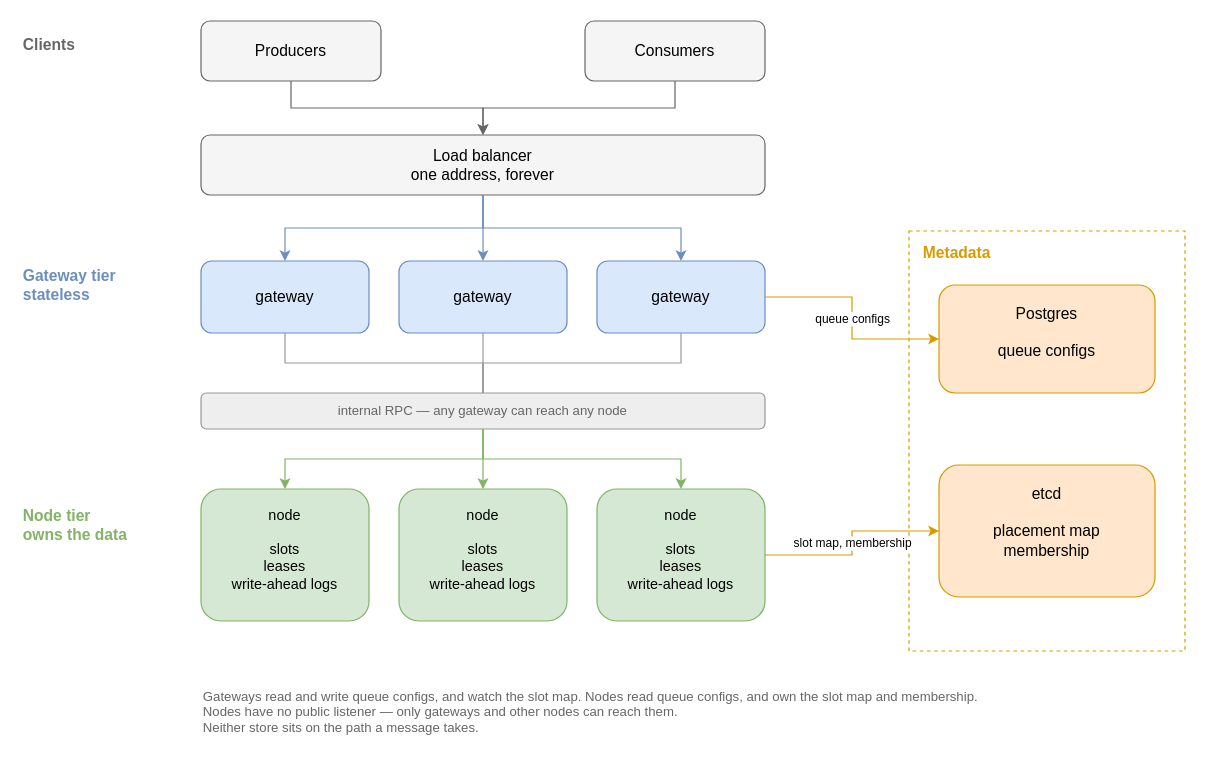
harryv2/ryuk-dpq keeps this draw.io diagram as page "Architecture" (1 of 2) of docs/ryuk_architecture.drawio. Above is the earlier version. Source tidied: cells renumbered, new cells numbered last; positions are measured from the earlier drawing's top-left corner, leaving out a move shared by most shapes. Both pictures are drawn from the tidied source at 120%, with x=0, y=0 at pixel (20, 20).
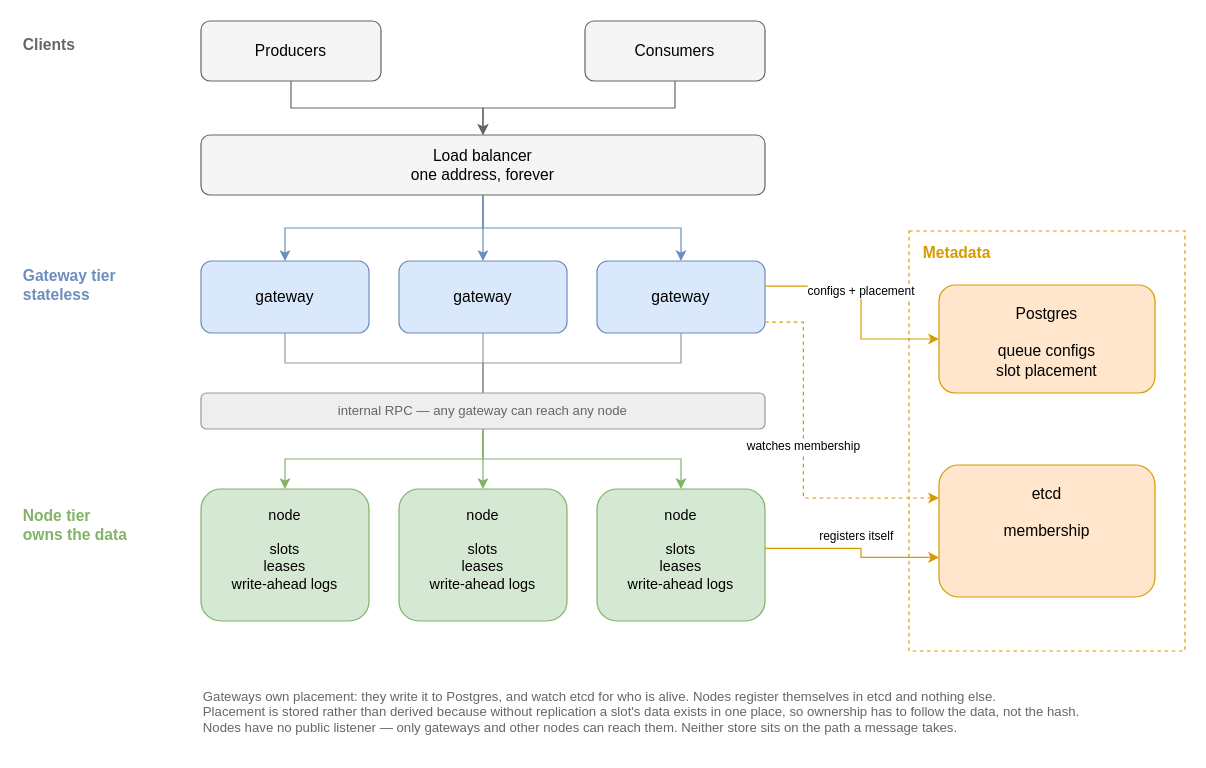
After the change.

The change refers to these unchanged cells:
```xml
<mxCell id="11" value="gateway" style="rounded=1;whiteSpace=wrap;html=1;fillColor=#dae8fc;strokeColor=#6c8ebf;fontSize=13;" parent="1" vertex="1">
  <mxGeometry x="480" y="200" width="140" height="60" as="geometry" />
</mxCell>
<mxCell id="15" value="node&#10;&#10;slots&#10;leases&#10;write-ahead logs" style="rounded=1;whiteSpace=wrap;html=1;fillColor=#d5e8d4;strokeColor=#82b366;fontSize=12;verticalAlign=top;spacingTop=8;" parent="1" vertex="1">
  <mxGeometry x="480" y="390" width="140" height="110" as="geometry" />
</mxCell>
```

Diff of the diagram source:
```diff
@@
-    <mxCell id="16" value="Postgres&#10;&#10;queue configs" style="rounded=1;whiteSpace=wrap;html=1;fillColor=#ffe6cc;strokeColor=#d79b00;fontSize=13;verticalAlign=top;spacingTop=10;" parent="1" vertex="1">
+    <mxCell id="16" value="Postgres&#10;&#10;queue configs&#10;slot placement" style="rounded=1;whiteSpace=wrap;html=1;fillColor=#ffe6cc;strokeColor=#d79b00;fontSize=13;verticalAlign=top;spacingTop=10;" parent="1" vertex="1">
       <mxGeometry x="765" y="220" width="180" height="90" as="geometry" />
     </mxCell>
-    <mxCell id="17" value="etcd&#10;&#10;placement map&#10;membership" style="rounded=1;whiteSpace=wrap;html=1;fillColor=#ffe6cc;strokeColor=#d79b00;fontSize=13;verticalAlign=top;spacingTop=10;" parent="1" vertex="1">
+    <mxCell id="17" value="etcd&#10;&#10;membership" style="rounded=1;whiteSpace=wrap;html=1;fillColor=#ffe6cc;strokeColor=#d79b00;fontSize=13;verticalAlign=top;spacingTop=10;" parent="1" vertex="1">
       <mxGeometry x="765" y="370" width="180" height="110" as="geometry" />
     </mxCell>
@@
-    <mxCell id="29" value="queue configs" style="edgeStyle=orthogonalEdgeStyle;rounded=0;html=1;strokeColor=#d79b00;fontSize=10;exitX=1;exitY=0.5;exitDx=0;exitDy=0;entryX=0;entryY=0.5;entryDx=0;entryDy=0;" parent="1" edge="1" source="11" target="16">
-      <mxGeometry relative="1" as="geometry" />
+    <mxCell id="29" value="configs + placement" style="edgeStyle=orthogonalEdgeStyle;rounded=0;html=1;strokeColor=#d79b00;fontSize=10;verticalAlign=bottom;labelBackgroundColor=#ffffff;exitX=1;exitY=0.35;exitDx=0;exitDy=0;entryX=0;entryY=0.5;entryDx=0;entryDy=0;" parent="1" edge="1" source="11" target="16">
+      <mxGeometry relative="1" as="geometry">
+        <Array as="points">
+          <mxPoint x="700" y="221" />
+          <mxPoint x="700" y="265" />
+        </Array>
+        <mxPoint y="-2" as="offset" />
+      </mxGeometry>
     </mxCell>
-    <mxCell id="30" value="slot map, membership" style="edgeStyle=orthogonalEdgeStyle;rounded=0;html=1;strokeColor=#d79b00;fontSize=10;exitX=1;exitY=0.5;exitDx=0;exitDy=0;entryX=0;entryY=0.5;entryDx=0;entryDy=0;" parent="1" edge="1" source="15" target="17">
-      <mxGeometry relative="1" as="geometry" />
+    <mxCell id="30" value="registers itself" style="edgeStyle=orthogonalEdgeStyle;rounded=0;html=1;strokeColor=#d79b00;fontSize=10;verticalAlign=bottom;labelBackgroundColor=#ffffff;exitX=1;exitY=0.45;exitDx=0;exitDy=0;entryX=0;entryY=0.7;entryDx=0;entryDy=0;" parent="1" edge="1" source="15" target="17">
+      <mxGeometry relative="1" as="geometry">
+        <Array as="points">
+          <mxPoint x="700" y="440" />
+          <mxPoint x="700" y="447" />
+        </Array>
+        <mxPoint y="-2" as="offset" />
+      </mxGeometry>
     </mxCell>
+    <mxCell id="32" value="watches membership" style="edgeStyle=orthogonalEdgeStyle;rounded=0;html=1;strokeColor=#d79b00;dashed=1;fontSize=10;verticalAlign=bottom;labelBackgroundColor=#ffffff;exitX=1;exitY=0.85;exitDx=0;exitDy=0;entryX=0;entryY=0.25;entryDx=0;entryDy=0;" parent="1" edge="1" source="11" target="17">
+      <mxGeometry relative="1" as="geometry">
+        <Array as="points">
+          <mxPoint x="652" y="251" />
+          <mxPoint x="652" y="398" />
+        </Array>
+        <mxPoint y="-2" as="offset" />
+      </mxGeometry>
+    </mxCell>
-    <mxCell id="31" value="Gateways read and write queue configs, and watch the slot map. Nodes read queue configs, and own the slot map and membership.&#10;Nodes have no public listener — only gateways and other nodes can reach them.&#10;Neither store sits on the path a message takes." style="text;html=1;strokeColor=none;fillColor=none;align=left;fontSize=11;fontColor=#666666;" parent="1" vertex="1">
+    <mxCell id="31" value="Gateways own placement: they write it to Postgres, and watch etcd for who is alive. Nodes register themselves in etcd and nothing else.&#10;Placement is stored rather than derived because without replication a slot's data exists in one place, so ownership has to follow the data, not the hash.&#10;Nodes have no public listener — only gateways and other nodes can reach them. Neither store sits on the path a message takes." style="text;html=1;strokeColor=none;fillColor=none;align=left;fontSize=11;fontColor=#666666;" parent="1" vertex="1">
       <mxGeometry x="150" y="550" width="820" height="55" as="geometry" />
     </mxCell>
```
